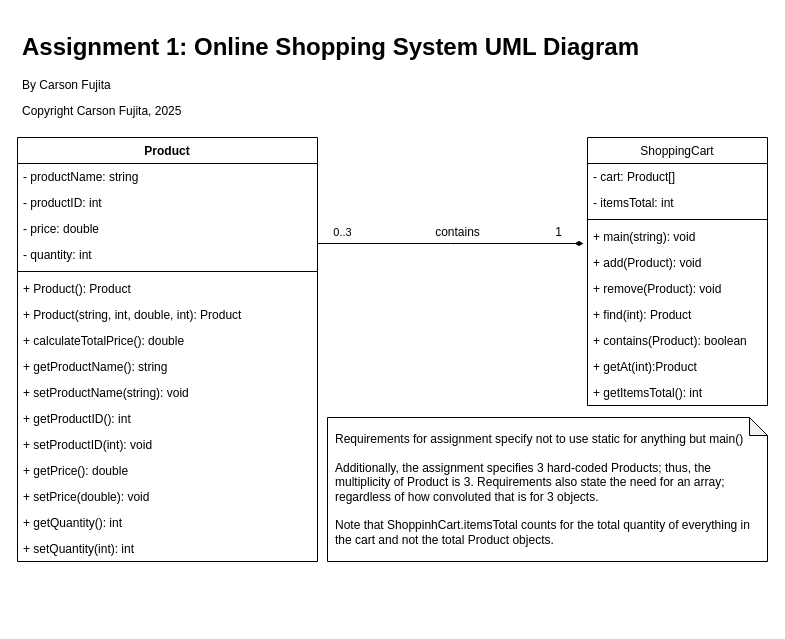
Above: docs/program-diagrams.drawio in CFujitaHumber/online-shopping-system (draw.io), before the change. Source tidied: cells renumbered, new cells numbered last; positions are measured from the earlier drawing's top-left corner, leaving out a move shared by most shapes. Both pictures are drawn from the tidied source at 100%, with x=0, y=0 at pixel (17, 27).
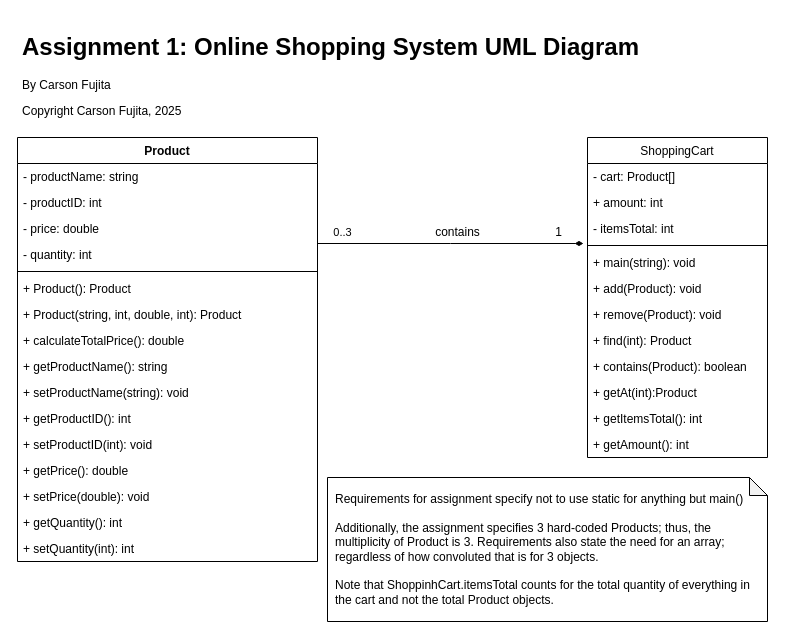
Above is the later version.

Diff of the diagram source:
```diff
@@
     <mxCell id="21" value="ShoppingCart" style="swimlane;fontStyle=0;horizontal=1;startSize=26;fillColor=none;" parent="1" vertex="1">
-      <mxGeometry x="570" y="110" width="180" height="268" as="geometry" />
+      <mxGeometry x="570" y="110" width="180" height="320" as="geometry" />
     </mxCell>
@@
+    <mxCell id="36" value="+ amount: int" style="text;strokeColor=none;fillColor=none;align=left;verticalAlign=top;spacingLeft=4;spacingRight=4;overflow=hidden;" parent="21" vertex="1">
+      <mxGeometry y="52" width="180" height="26" as="geometry" />
+    </mxCell>
     <mxCell id="23" value="- itemsTotal: int" style="text;strokeColor=none;fillColor=none;align=left;verticalAlign=top;spacingLeft=4;spacingRight=4;overflow=hidden;" parent="21" vertex="1">
-      <mxGeometry y="52" width="180" height="26" as="geometry" />
+      <mxGeometry y="78" width="180" height="26" as="geometry" />
     </mxCell>
     <mxCell id="24" style="line;strokeWidth=1;fillColor=none;align=left;verticalAlign=middle;spacingTop=-1;spacingLeft=3;spacingRight=3;labelPosition=right;" parent="21" vertex="1">
-      <mxGeometry y="78" width="180" height="8" as="geometry" />
+      <mxGeometry y="104" width="180" height="8" as="geometry" />
     </mxCell>
     <mxCell id="25" value="+ main(string): void" style="text;strokeColor=none;fillColor=none;align=left;verticalAlign=top;spacingLeft=4;spacingRight=4;overflow=hidden;" parent="21" vertex="1">
-      <mxGeometry y="86" width="180" height="26" as="geometry" />
+      <mxGeometry y="112" width="180" height="26" as="geometry" />
     </mxCell>
     <mxCell id="26" value="+ add(Product): void" style="text;strokeColor=none;fillColor=none;align=left;verticalAlign=top;spacingLeft=4;spacingRight=4;overflow=hidden;" parent="21" vertex="1">
-      <mxGeometry y="112" width="180" height="26" as="geometry" />
+      <mxGeometry y="138" width="180" height="26" as="geometry" />
     </mxCell>
     <mxCell id="27" value="+ remove(Product): void" style="text;strokeColor=none;fillColor=none;align=left;verticalAlign=top;spacingLeft=4;spacingRight=4;overflow=hidden;" parent="21" vertex="1">
-      <mxGeometry y="138" width="180" height="26" as="geometry" />
+      <mxGeometry y="164" width="180" height="26" as="geometry" />
     </mxCell>
     <mxCell id="28" value="+ find(int): Product" style="text;strokeColor=none;fillColor=none;align=left;verticalAlign=top;spacingLeft=4;spacingRight=4;overflow=hidden;" parent="21" vertex="1">
-      <mxGeometry y="164" width="180" height="26" as="geometry" />
+      <mxGeometry y="190" width="180" height="26" as="geometry" />
     </mxCell>
     <mxCell id="29" value="+ contains(Product): boolean" style="text;strokeColor=none;fillColor=none;align=left;verticalAlign=top;spacingLeft=4;spacingRight=4;overflow=hidden;" parent="21" vertex="1">
-      <mxGeometry y="190" width="180" height="26" as="geometry" />
+      <mxGeometry y="216" width="180" height="26" as="geometry" />
     </mxCell>
     <mxCell id="30" value="+ getAt(int):Product" style="text;strokeColor=none;fillColor=none;align=left;verticalAlign=top;spacingLeft=4;spacingRight=4;overflow=hidden;" parent="21" vertex="1">
-      <mxGeometry y="216" width="180" height="26" as="geometry" />
+      <mxGeometry y="242" width="180" height="26" as="geometry" />
     </mxCell>
     <mxCell id="31" value="+ getItemsTotal(): int" style="text;strokeColor=none;fillColor=none;align=left;verticalAlign=top;spacingLeft=4;spacingRight=4;overflow=hidden;" parent="21" vertex="1">
-      <mxGeometry y="242" width="180" height="26" as="geometry" />
+      <mxGeometry y="268" width="180" height="26" as="geometry" />
     </mxCell>
+    <mxCell id="37" value="+ getAmount(): int" style="text;strokeColor=none;fillColor=none;align=left;verticalAlign=top;spacingLeft=4;spacingRight=4;overflow=hidden;" parent="21" vertex="1">
+      <mxGeometry y="294" width="180" height="26" as="geometry" />
+    </mxCell>
@@
     <mxCell id="33" value="Requirements for assignment specify not to use static for anything but main()&lt;br&gt;&lt;br&gt;Additionally, the assignment specifies 3 hard-coded Products; thus, the multiplicity&amp;nbsp;of Product is 3. Requirements also state the need for an array; regardless of how convoluted that is for 3 objects.&amp;nbsp;&lt;br&gt;&lt;br&gt;Note that ShoppinhCart.itemsTotal counts for the total quantity of everything in the cart and not the total Product objects.&amp;nbsp;" style="shape=note;whiteSpace=wrap;html=1;backgroundOutline=1;darkOpacity=0.05;align=left;spacingLeft=6;size=18;" parent="1" vertex="1">
-      <mxGeometry x="310" y="390" width="440" height="144" as="geometry" />
+      <mxGeometry x="310" y="450" width="440" height="144" as="geometry" />
     </mxCell>
```
